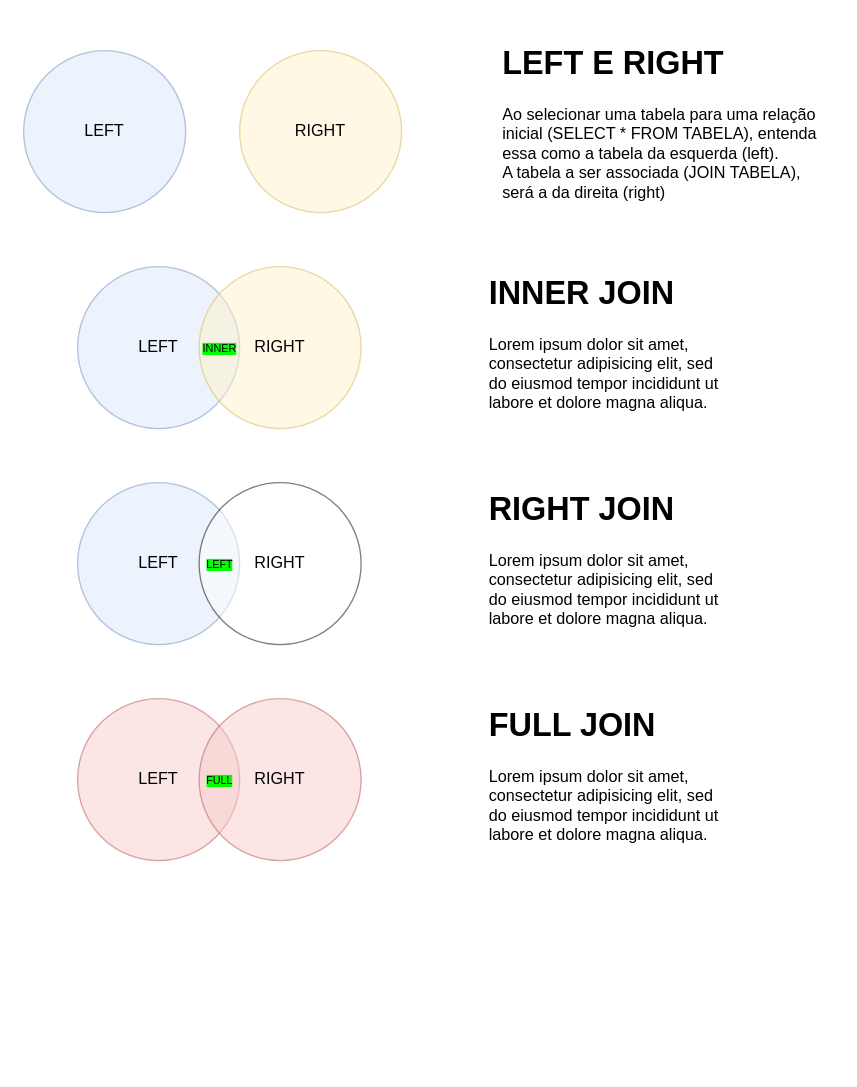
RaphaMitter/Banco-de-Dados--Senac keeps this draw.io diagram as 13/joins.drawio. Above is the earlier version. Source tidied: cells renumbered, new cells numbered last; positions are measured from the earlier drawing's top-left corner, leaving out a move shared by most shapes. Both pictures are drawn from the tidied source at 135%, with x=0, y=0 at pixel (23, 36).
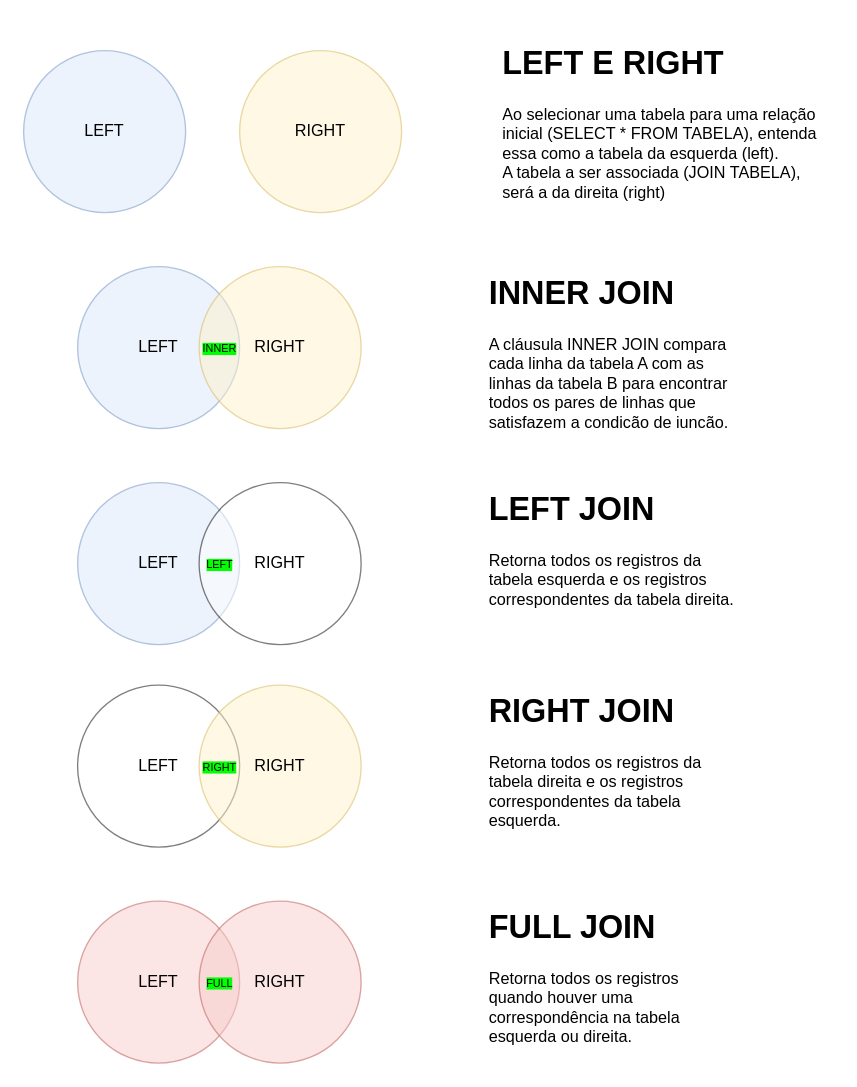
Above is the later version.

Diff of the diagram source:
```diff
@@
-    <mxCell id="8" value="&lt;h1&gt;INNER JOIN&lt;/h1&gt;&lt;p&gt;Lorem ipsum dolor sit amet, consectetur adipisicing elit, sed do eiusmod tempor incididunt ut labore et dolore magna aliqua.&lt;/p&gt;" style="text;html=1;spacing=5;spacingTop=-20;whiteSpace=wrap;overflow=hidden;rounded=0;" parent="1" vertex="1">
+    <mxCell id="8" value="&lt;h1&gt;INNER JOIN&lt;/h1&gt;&lt;p&gt;A cláusula INNER JOIN compara cada linha da tabela A com as linhas da tabela B para encontrar todos os pares de linhas que satisfazem a condição de junção.&lt;/p&gt;" style="text;html=1;spacing=5;spacingTop=-20;whiteSpace=wrap;overflow=hidden;rounded=0;" parent="1" vertex="1">
       <mxGeometry x="340" y="170" width="190" height="120" as="geometry" />
     </mxCell>
@@
-    <mxCell id="12" value="&lt;h1&gt;RIGHT JOIN&lt;/h1&gt;&lt;p&gt;Lorem ipsum dolor sit amet, consectetur adipisicing elit, sed do eiusmod tempor incididunt ut labore et dolore magna aliqua.&lt;/p&gt;" style="text;html=1;spacing=5;spacingTop=-20;whiteSpace=wrap;overflow=hidden;rounded=0;" parent="1" vertex="1">
+    <mxCell id="12" value="&lt;h1&gt;LEFT JOIN&lt;/h1&gt;&lt;p&gt;Retorna todos os registros da tabela esquerda e os registros correspondentes da tabela direita.&lt;/p&gt;" style="text;html=1;spacing=5;spacingTop=-20;whiteSpace=wrap;overflow=hidden;rounded=0;" parent="1" vertex="1">
       <mxGeometry x="340" y="330" width="190" height="120" as="geometry" />
     </mxCell>
     <mxCell id="13" value="LEFT" style="ellipse;whiteSpace=wrap;html=1;opacity=50;fillColor=#f8cecc;strokeColor=#b85450;" parent="1" vertex="1">
-      <mxGeometry x="40" y="490" width="120" height="120" as="geometry" />
+      <mxGeometry x="40" y="640" width="120" height="120" as="geometry" />
     </mxCell>
     <mxCell id="14" value="RIGHT" style="ellipse;whiteSpace=wrap;html=1;opacity=50;fillColor=#f8cecc;strokeColor=#b85450;" parent="1" vertex="1">
-      <mxGeometry x="130" y="490" width="120" height="120" as="geometry" />
+      <mxGeometry x="130" y="640" width="120" height="120" as="geometry" />
     </mxCell>
     <mxCell id="15" value="&lt;span style=&quot;font-size: 8px; background-color: rgb(0, 255, 0);&quot;&gt;FULL&lt;/span&gt;" style="text;html=1;align=center;verticalAlign=middle;strokeColor=none;fillColor=none;" parent="1" vertex="1">
-      <mxGeometry x="125" y="535" width="40" height="30" as="geometry" />
+      <mxGeometry x="125" y="685" width="40" height="30" as="geometry" />
     </mxCell>
-    <mxCell id="16" value="&lt;h1&gt;FULL JOIN&lt;/h1&gt;&lt;p&gt;Lorem ipsum dolor sit amet, consectetur adipisicing elit, sed do eiusmod tempor incididunt ut labore et dolore magna aliqua.&lt;/p&gt;" style="text;html=1;spacing=5;spacingTop=-20;whiteSpace=wrap;overflow=hidden;rounded=0;" parent="1" vertex="1">
-      <mxGeometry x="340" y="490" width="190" height="120" as="geometry" />
+    <mxCell id="16" value="&lt;h1&gt;FULL JOIN&lt;/h1&gt;&lt;p&gt;Retorna todos os registros quando houver uma correspondência na tabela esquerda ou direita.&lt;/p&gt;" style="text;html=1;spacing=5;spacingTop=-20;whiteSpace=wrap;overflow=hidden;rounded=0;" parent="1" vertex="1">
+      <mxGeometry x="340" y="640" width="190" height="120" as="geometry" />
     </mxCell>
+    <mxCell id="17" value="LEFT" style="ellipse;whiteSpace=wrap;html=1;opacity=50;" parent="1" vertex="1">
+      <mxGeometry x="40" y="480" width="120" height="120" as="geometry" />
+    </mxCell>
+    <mxCell id="18" value="RIGHT" style="ellipse;whiteSpace=wrap;html=1;opacity=50;fillColor=#fff2cc;strokeColor=#d6b656;" parent="1" vertex="1">
+      <mxGeometry x="130" y="480" width="120" height="120" as="geometry" />
+    </mxCell>
+    <mxCell id="19" value="&lt;span style=&quot;font-size: 8px; background-color: rgb(0, 255, 0);&quot;&gt;RIGHT&lt;/span&gt;" style="text;html=1;align=center;verticalAlign=middle;strokeColor=none;fillColor=none;" parent="1" vertex="1">
+      <mxGeometry x="120" y="525" width="50" height="30" as="geometry" />
+    </mxCell>
+    <mxCell id="20" value="&lt;h1&gt;RIGHT JOIN&lt;/h1&gt;&lt;p&gt;Retorna todos os registros da tabela direita e os registros correspondentes da tabela esquerda.&lt;/p&gt;" style="text;html=1;spacing=5;spacingTop=-20;whiteSpace=wrap;overflow=hidden;rounded=0;" parent="1" vertex="1">
+      <mxGeometry x="340" y="480" width="190" height="120" as="geometry" />
+    </mxCell>
```
